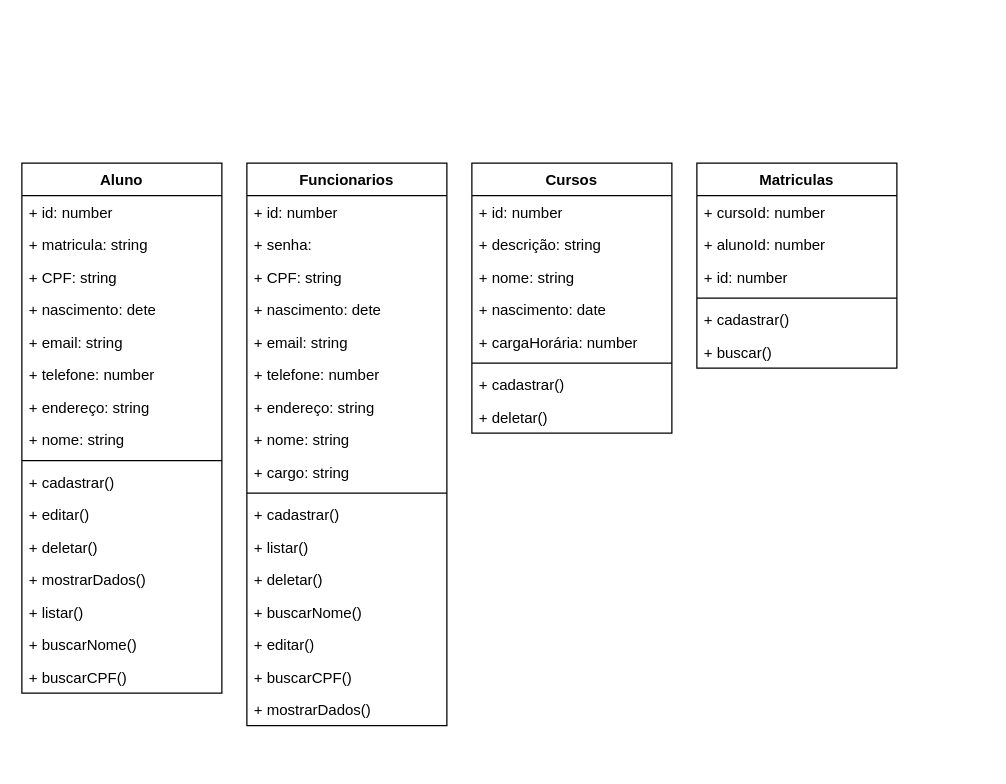
Above: sistema-de-gest-o-escolar/sistema de gestão esccolar/diagramas/classes.drawio in camilagrabowski-lgtm/sistema-de-gest-o-escolar (draw.io), before the change. Source tidied: cells renumbered, new cells numbered last; positions are measured from the earlier drawing's top-left corner, leaving out a move shared by most shapes. Both pictures are drawn from the tidied source at 125%, with x=0, y=0 at pixel (21, 162).
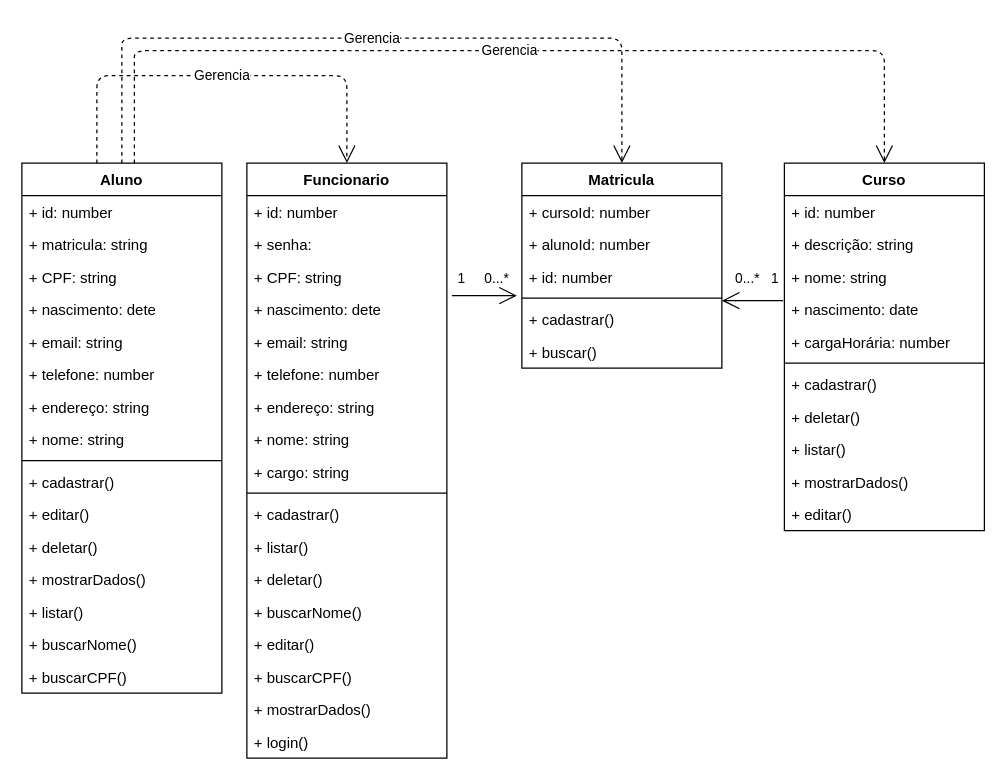
After the change.

Unchanged cells that the change refers to:
```xml
<mxCell id="2" value="Aluno" style="swimlane;fontStyle=1;align=center;verticalAlign=top;horizontal=1;startSize=26;whiteSpace=wrap;html=1;" parent="1" vertex="1">
  <mxGeometry width="160" height="424" as="geometry" />
</mxCell>
<mxCell id="49" value="+ id: number&lt;div&gt;&lt;br&gt;&lt;/div&gt;" style="text;strokeColor=none;fillColor=none;align=left;verticalAlign=top;spacingLeft=4;spacingRight=4;overflow=hidden;points=[[0,0.5],[1,0.5]];portConstraint=eastwest;whiteSpace=wrap;html=1;" parent="46" vertex="1">
  <mxGeometry y="78" width="160" height="26" as="geometry" />
</mxCell>
```

Diff of the diagram source:
```diff
@@
-    <mxCell id="19" value="Funcionarios" style="swimlane;fontStyle=1;align=center;verticalAlign=top;horizontal=1;startSize=26;whiteSpace=wrap;html=1;" parent="1" vertex="1">
-      <mxGeometry x="180" width="160" height="450" as="geometry" />
+    <mxCell id="19" value="Funcionario" style="swimlane;fontStyle=1;align=center;verticalAlign=top;horizontal=1;startSize=26;whiteSpace=wrap;html=1;" parent="1" vertex="1">
+      <mxGeometry x="180" width="160" height="476" as="geometry" />
     </mxCell>
@@
+    <mxCell id="53" value="+ login()" style="text;strokeColor=none;fillColor=none;align=left;verticalAlign=top;spacingLeft=4;spacingRight=4;overflow=hidden;whiteSpace=wrap;html=1;" parent="19" vertex="1">
+      <mxGeometry y="450" width="160" height="26" as="geometry" />
+    </mxCell>
-    <mxCell id="37" value="Cursos" style="swimlane;fontStyle=1;align=center;verticalAlign=top;horizontal=1;startSize=26;whiteSpace=wrap;html=1;" parent="1" vertex="1">
-      <mxGeometry x="360" width="160" height="216" as="geometry" />
+    <mxCell id="37" value="Curso" style="swimlane;fontStyle=1;align=center;verticalAlign=top;horizontal=1;startSize=26;whiteSpace=wrap;html=1;" parent="1" vertex="1">
+      <mxGeometry x="610" width="160" height="294" as="geometry" />
     </mxCell>
@@
+    <mxCell id="54" value="+ listar()" style="text;strokeColor=none;fillColor=none;align=left;verticalAlign=top;spacingLeft=4;spacingRight=4;overflow=hidden;whiteSpace=wrap;html=1;" parent="37" vertex="1">
+      <mxGeometry y="216" width="160" height="26" as="geometry" />
+    </mxCell>
+    <mxCell id="55" value="+ mostrarDados()" style="text;strokeColor=none;fillColor=none;align=left;verticalAlign=top;spacingLeft=4;spacingRight=4;overflow=hidden;whiteSpace=wrap;html=1;" parent="37" vertex="1">
+      <mxGeometry y="242" width="160" height="26" as="geometry" />
+    </mxCell>
+    <mxCell id="56" value="+ editar()" style="text;strokeColor=none;fillColor=none;align=left;verticalAlign=top;spacingLeft=4;spacingRight=4;overflow=hidden;whiteSpace=wrap;html=1;" parent="37" vertex="1">
+      <mxGeometry y="268" width="160" height="26" as="geometry" />
+    </mxCell>
-    <mxCell id="46" value="Matriculas" style="swimlane;fontStyle=1;align=center;verticalAlign=top;horizontal=1;startSize=26;whiteSpace=wrap;html=1;" parent="1" vertex="1">
-      <mxGeometry x="540" width="160" height="164" as="geometry" />
+    <mxCell id="46" value="Matricula" style="swimlane;fontStyle=1;align=center;verticalAlign=top;horizontal=1;startSize=26;whiteSpace=wrap;html=1;" parent="1" vertex="1">
+      <mxGeometry x="400" width="160" height="164" as="geometry" />
     </mxCell>
@@
+    <mxCell id="57" style="endArrow=open;endFill=1;endSize=12;html=1;entryX=-0.025;entryY=1.077;entryDx=0;entryDy=0;entryPerimeter=0;" parent="1" edge="1" target="49">
+      <mxGeometry relative="1" as="geometry">
+        <mxPoint x="344" y="106" as="sourcePoint" />
+      </mxGeometry>
+    </mxCell>
+    <mxCell id="58" value="1&amp;nbsp; &amp;nbsp; &amp;nbsp;0...*" style="edgeLabel;html=1;align=center;verticalAlign=middle;" parent="57" vertex="1">
+      <mxGeometry x="-0.03" y="-1" relative="1" as="geometry">
+        <mxPoint y="-16" as="offset" />
+      </mxGeometry>
+    </mxCell>
+    <mxCell id="59" value="Gerencia" style="endArrow=open;endSize=12;dashed=1;html=1;entryX=0.5;entryY=0;entryDx=0;entryDy=0;exitX=0.375;exitY=0;exitDx=0;exitDy=0;exitPerimeter=0;" parent="1" edge="1" source="2" target="19">
+      <mxGeometry relative="1" as="geometry">
+        <Array as="points">
+          <mxPoint x="60" y="-70" />
+          <mxPoint x="150" y="-70" />
+          <mxPoint x="260" y="-70" />
+        </Array>
+      </mxGeometry>
+    </mxCell>
+    <mxCell id="60" value="Gerencia" style="endArrow=open;endSize=12;dashed=1;html=1;entryX=0.5;entryY=0;entryDx=0;entryDy=0;" parent="1" edge="1" target="46">
+      <mxGeometry relative="1" as="geometry">
+        <mxPoint x="80" as="sourcePoint" />
+        <Array as="points">
+          <mxPoint x="80" y="-40" />
+          <mxPoint x="80" y="-80" />
+          <mxPoint x="80" y="-100" />
+          <mxPoint x="110" y="-100" />
+          <mxPoint x="480" y="-100" />
+        </Array>
+      </mxGeometry>
+    </mxCell>
+    <mxCell id="61" style="endArrow=open;endFill=1;endSize=12;html=1;entryX=1.006;entryY=-0.038;entryDx=0;entryDy=0;entryPerimeter=0;" parent="1" edge="1">
+      <mxGeometry relative="1" as="geometry">
+        <mxPoint x="609" y="110" as="sourcePoint" />
+        <mxPoint x="560" y="110" as="targetPoint" />
+      </mxGeometry>
+    </mxCell>
+    <mxCell id="62" value="0...*&amp;nbsp; &amp;nbsp;1" style="edgeLabel;html=1;align=center;verticalAlign=middle;" parent="61" vertex="1">
+      <mxGeometry x="-0.1" relative="1" as="geometry">
+        <mxPoint y="-19" as="offset" />
+      </mxGeometry>
+    </mxCell>
+    <mxCell id="63" value="Gerencia" style="endArrow=open;endSize=12;dashed=1;html=1;entryX=0.5;entryY=0;entryDx=0;entryDy=0;" parent="1" edge="1" target="37">
+      <mxGeometry relative="1" as="geometry">
+        <mxPoint x="90" as="sourcePoint" />
+        <Array as="points">
+          <mxPoint x="90" y="-30" />
+          <mxPoint x="90" y="-70" />
+          <mxPoint x="90" y="-90" />
+          <mxPoint x="120" y="-90" />
+          <mxPoint x="290" y="-90" />
+          <mxPoint x="690" y="-90" />
+        </Array>
+      </mxGeometry>
+    </mxCell>
```
